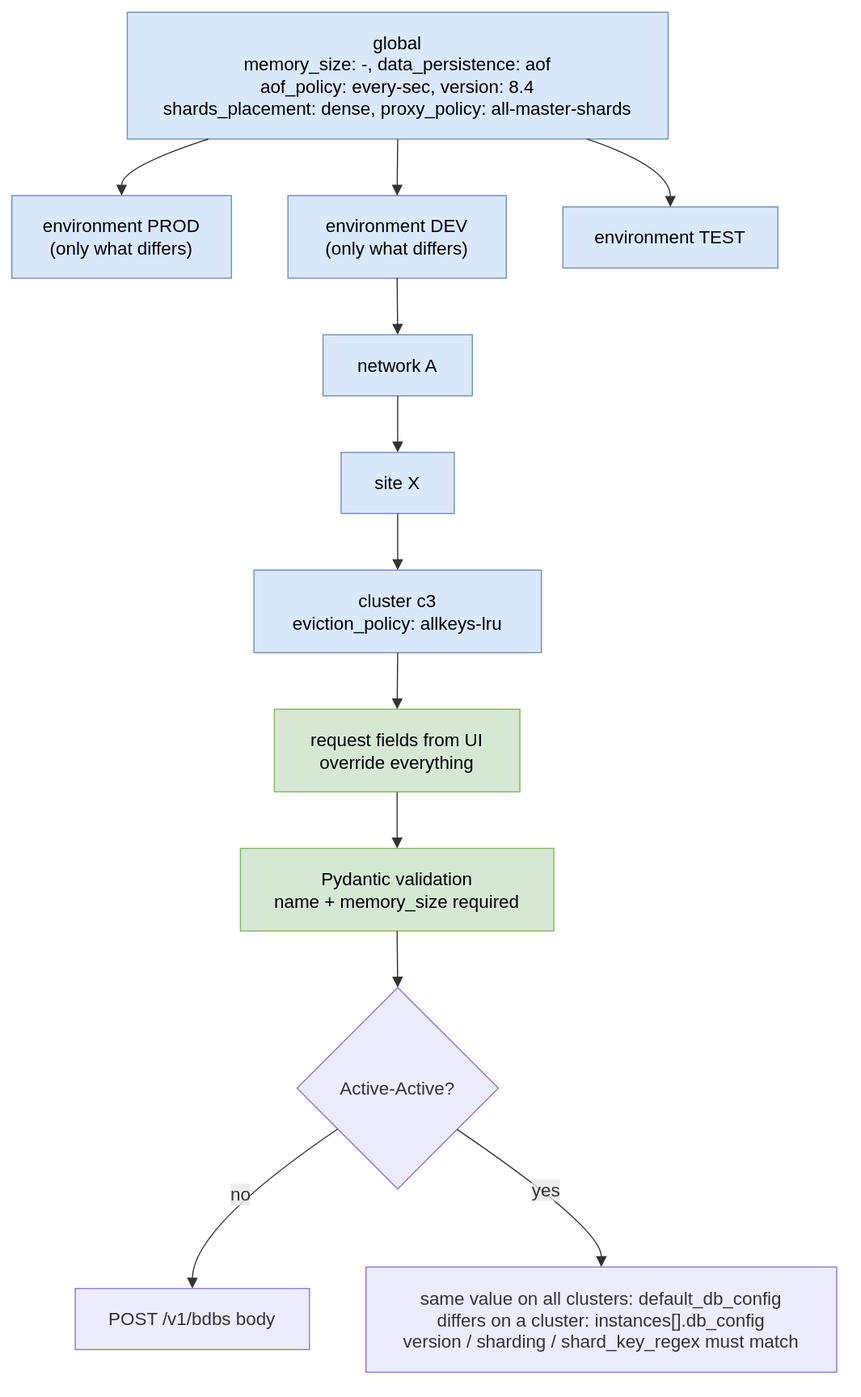
Earlier version of the draw.io export docs/dr/diagrams/13-defaults-tree.drawio.svg (EliShteinman/redis-enterprise-services). Source tidied: cells renumbered, new cells last; positions are measured from the earlier drawing's top-left corner, leaving out a move shared by most shapes. Source of this version:
```xml
<mxGraphModel>
  <root>
    <mxCell id="0" />
    <mxCell id="1" parent="0" />
    <mxCell id="2" value="global&#10;memory_size: -, data_persistence: aof&#10;aof_policy: every-sec, version: 8.4&#10;shards_placement: dense, proxy_policy: all-master-shards" style="html=1;whiteSpace=wrap;strokeWidth=1;fillColor=#dae8fc;strokeColor=#6c8ebf;fontColor=default;fontFamily=Trebuchet MS,Verdana,Arial,sans-serif;fontSize=16;" parent="1" vertex="1">
      <mxGeometry x="102" width="478" height="112" as="geometry" />
    </mxCell>
    <mxCell id="3" value="environment PROD&#10;(only what differs)" style="html=1;whiteSpace=wrap;strokeWidth=1;fillColor=#dae8fc;strokeColor=#6c8ebf;fontColor=default;fontFamily=Trebuchet MS,Verdana,Arial,sans-serif;fontSize=16;" parent="1" vertex="1">
      <mxGeometry y="162" width="194" height="73" as="geometry" />
    </mxCell>
    <mxCell id="4" value="environment DEV&#10;(only what differs)" style="html=1;whiteSpace=wrap;strokeWidth=1;fillColor=#dae8fc;strokeColor=#6c8ebf;fontColor=default;fontFamily=Trebuchet MS,Verdana,Arial,sans-serif;fontSize=16;" parent="1" vertex="1">
      <mxGeometry x="244" y="162" width="193" height="73" as="geometry" />
    </mxCell>
    <mxCell id="5" value="environment TEST" style="html=1;whiteSpace=wrap;strokeWidth=1;fillColor=#dae8fc;strokeColor=#6c8ebf;fontColor=default;fontFamily=Trebuchet MS,Verdana,Arial,sans-serif;fontSize=16;" parent="1" vertex="1">
      <mxGeometry x="487" y="172" width="190" height="54" as="geometry" />
    </mxCell>
    <mxCell id="6" value="network A" style="html=1;whiteSpace=wrap;strokeWidth=1;fillColor=#dae8fc;strokeColor=#6c8ebf;fontColor=default;fontFamily=Trebuchet MS,Verdana,Arial,sans-serif;fontSize=16;" parent="1" vertex="1">
      <mxGeometry x="275" y="285" width="132" height="54" as="geometry" />
    </mxCell>
    <mxCell id="7" value="site X" style="html=1;whiteSpace=wrap;strokeWidth=1;fillColor=#dae8fc;strokeColor=#6c8ebf;fontColor=default;fontFamily=Trebuchet MS,Verdana,Arial,sans-serif;fontSize=16;" parent="1" vertex="1">
      <mxGeometry x="291" y="389" width="100" height="54" as="geometry" />
    </mxCell>
    <mxCell id="8" value="cluster c3&#10;eviction_policy: allkeys-lru" style="html=1;whiteSpace=wrap;strokeWidth=1;fillColor=#dae8fc;strokeColor=#6c8ebf;fontColor=default;fontFamily=Trebuchet MS,Verdana,Arial,sans-serif;fontSize=16;" parent="1" vertex="1">
      <mxGeometry x="214" y="493" width="254" height="73" as="geometry" />
    </mxCell>
    <mxCell id="9" value="request fields from UI&#10;override everything" style="html=1;whiteSpace=wrap;strokeWidth=1;fillColor=#d5e8d4;strokeColor=#82b366;fontColor=default;fontFamily=Trebuchet MS,Verdana,Arial,sans-serif;fontSize=16;" parent="1" vertex="1">
      <mxGeometry x="232" y="616" width="217" height="73" as="geometry" />
    </mxCell>
    <mxCell id="10" value="Pydantic validation&#10;name + memory_size required" style="html=1;whiteSpace=wrap;strokeWidth=1;fillColor=#d5e8d4;strokeColor=#82b366;fontColor=default;fontFamily=Trebuchet MS,Verdana,Arial,sans-serif;fontSize=16;" parent="1" vertex="1">
      <mxGeometry x="202" y="739" width="277" height="73" as="geometry" />
    </mxCell>
    <mxCell id="11" value="Active-Active?" style="rhombus;html=1;strokeWidth=1;whiteSpace=wrap;fillColor=light-dark(#ECECFF,#1f2020);strokeColor=light-dark(#9370DB,#cccccc);fontColor=light-dark(#333333,#cccccc);fontFamily=Trebuchet MS,Verdana,Arial,sans-serif;fontSize=16;" parent="1" vertex="1">
      <mxGeometry x="252" y="862" width="178" height="178" as="geometry" />
    </mxCell>
    <mxCell id="12" value="POST /v1/bdbs body" style="html=1;whiteSpace=wrap;strokeWidth=1;fillColor=light-dark(#ECECFF,#1f2020);strokeColor=light-dark(#9370DB,#cccccc);fontColor=light-dark(#333333,#cccccc);fontFamily=Trebuchet MS,Verdana,Arial,sans-serif;fontSize=16;" parent="1" vertex="1">
      <mxGeometry x="56" y="1128" width="207" height="54" as="geometry" />
    </mxCell>
    <mxCell id="13" value="same value on all clusters: default_db_config&#10;differs on a cluster: instances[].db_config&#10;version / sharding / shard_key_regex must match" style="html=1;whiteSpace=wrap;strokeWidth=1;fillColor=light-dark(#ECECFF,#1f2020);strokeColor=light-dark(#9370DB,#cccccc);fontColor=light-dark(#333333,#cccccc);fontFamily=Trebuchet MS,Verdana,Arial,sans-serif;fontSize=16;" parent="1" vertex="1">
      <mxGeometry x="313" y="1109" width="416" height="93" as="geometry" />
    </mxCell>
    <mxCell id="14" style="curved=1;startArrow=none;endArrow=block;endSize=7;strokeColor=light-dark(#333333,#cccccc);exitX=0.15;exitY=1;entryX=0.5;entryY=0;" parent="1" edge="1" source="2" target="3">
      <mxGeometry relative="1" as="geometry">
        <Array as="points">
          <mxPoint x="97" y="137" />
        </Array>
      </mxGeometry>
    </mxCell>
    <mxCell id="15" style="curved=1;startArrow=none;endArrow=block;endSize=7;strokeColor=light-dark(#333333,#cccccc);exitX=0.5;exitY=1;entryX=0.5;entryY=0;" parent="1" edge="1" source="2" target="4">
      <mxGeometry relative="1" as="geometry" />
    </mxCell>
    <mxCell id="16" style="curved=1;startArrow=none;endArrow=block;endSize=7;strokeColor=light-dark(#333333,#cccccc);exitX=0.85;exitY=1;entryX=0.5;entryY=0;" parent="1" edge="1" source="2" target="5">
      <mxGeometry relative="1" as="geometry">
        <Array as="points">
          <mxPoint x="582" y="137" />
        </Array>
      </mxGeometry>
    </mxCell>
    <mxCell id="17" style="curved=1;startArrow=none;endArrow=block;endSize=7;strokeColor=light-dark(#333333,#cccccc);exitX=0.5;exitY=1;entryX=0.5;entryY=0;" parent="1" edge="1" source="4" target="6">
      <mxGeometry relative="1" as="geometry" />
    </mxCell>
    <mxCell id="18" style="curved=1;startArrow=none;endArrow=block;endSize=7;strokeColor=light-dark(#333333,#cccccc);exitX=0.5;exitY=1;entryX=0.5;entryY=0;" parent="1" edge="1" source="6" target="7">
      <mxGeometry relative="1" as="geometry" />
    </mxCell>
    <mxCell id="19" style="curved=1;startArrow=none;endArrow=block;endSize=7;strokeColor=light-dark(#333333,#cccccc);exitX=0.5;exitY=1;entryX=0.5;entryY=0;" parent="1" edge="1" source="7" target="8">
      <mxGeometry relative="1" as="geometry" />
    </mxCell>
    <mxCell id="20" style="curved=1;startArrow=none;endArrow=block;endSize=7;strokeColor=light-dark(#333333,#cccccc);exitX=0.5;exitY=1;entryX=0.5;entryY=0;" parent="1" edge="1" source="8" target="9">
      <mxGeometry relative="1" as="geometry" />
    </mxCell>
    <mxCell id="21" style="curved=1;startArrow=none;endArrow=block;endSize=7;strokeColor=light-dark(#333333,#cccccc);exitX=0.5;exitY=1;entryX=0.5;entryY=0;" parent="1" edge="1" source="9" target="10">
      <mxGeometry relative="1" as="geometry" />
    </mxCell>
    <mxCell id="22" style="curved=1;startArrow=none;endArrow=block;endSize=7;strokeColor=light-dark(#333333,#cccccc);exitX=0.5;exitY=1;entryX=0.5;entryY=0;" parent="1" edge="1" source="10" target="11">
      <mxGeometry relative="1" as="geometry" />
    </mxCell>
    <mxCell id="23" value="no" style="curved=1;startArrow=none;endArrow=block;endSize=7;strokeColor=light-dark(#333333,#cccccc);html=1;fontSize=16;labelBackgroundColor=light-dark(#E8E8E88D,#2a2a2a8D);fontFamily=Trebuchet MS,Verdana,Arial,sans-serif;fontColor=light-dark(#333333,#cccccc);exitX=0;exitY=0.84;entryX=0.5;entryY=0;" parent="1" edge="1" source="11" target="12">
      <mxGeometry relative="1" as="geometry">
        <Array as="points">
          <mxPoint x="160" y="1074" />
        </Array>
      </mxGeometry>
    </mxCell>
    <mxCell id="24" value="yes" style="curved=1;startArrow=none;endArrow=block;endSize=7;strokeColor=light-dark(#333333,#cccccc);html=1;fontSize=16;labelBackgroundColor=light-dark(#E8E8E88D,#2a2a2a8D);fontFamily=Trebuchet MS,Verdana,Arial,sans-serif;fontColor=light-dark(#333333,#cccccc);exitX=0.99;exitY=0.84;entryX=0.5;entryY=0;" parent="1" edge="1" source="11" target="13">
      <mxGeometry relative="1" as="geometry">
        <Array as="points">
          <mxPoint x="521" y="1074" />
        </Array>
      </mxGeometry>
    </mxCell>
  </root>
</mxGraphModel>
```
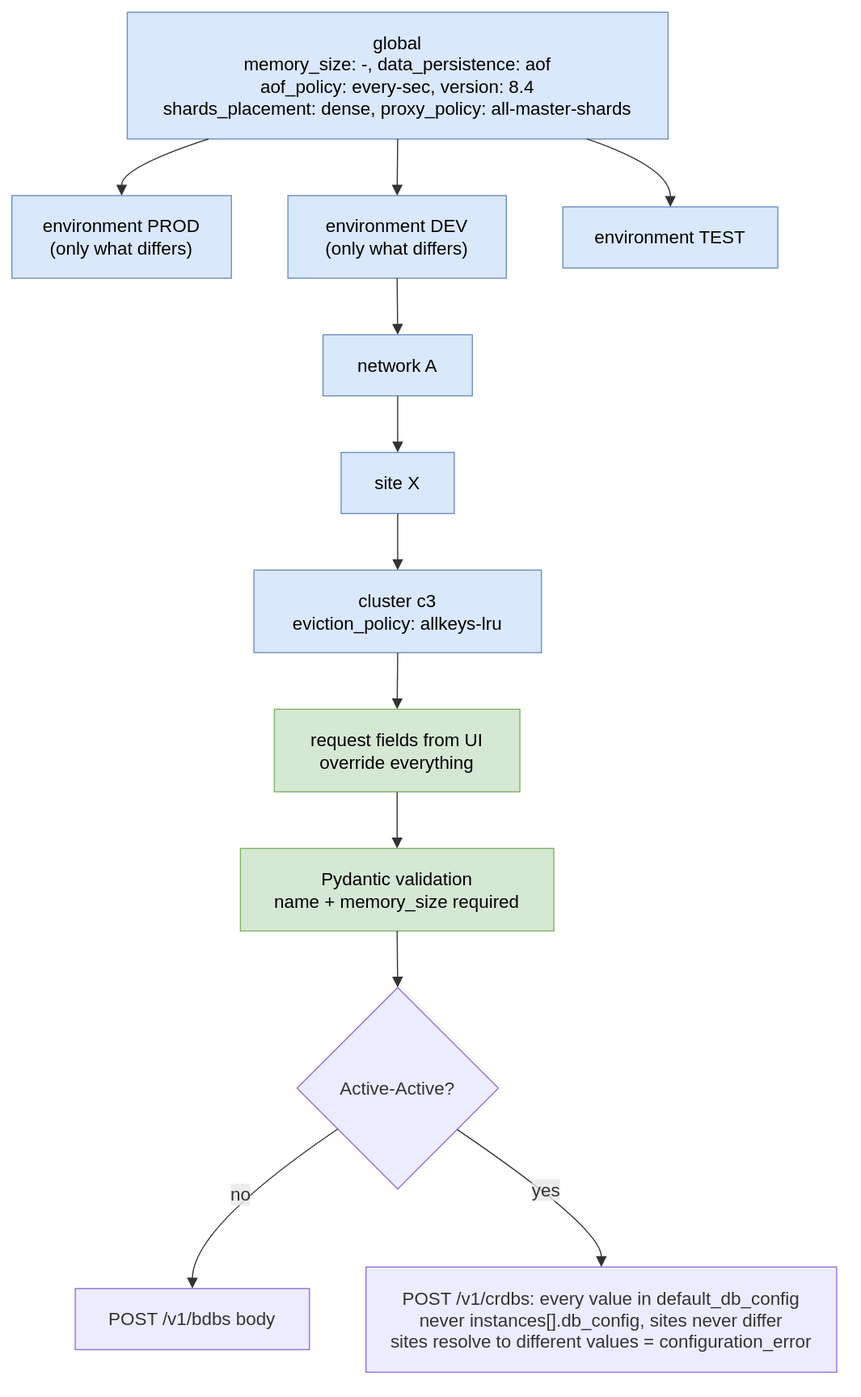
Later version of the same file.

Commit message:
docs(dr): defaults diagram sends AA values only in default_db_config, repeated trace waits for the running saga

What changed in the source:
```diff
@@ -35,7 +35,7 @@
     <mxCell id="12" value="POST /v1/bdbs body" style="html=1;whiteSpace=wrap;strokeWidth=1;fillColor=light-dark(#ECECFF,#1f2020);strokeColor=light-dark(#9370DB,#cccccc);fontColor=light-dark(#333333,#cccccc);fontFamily=Trebuchet MS,Verdana,Arial,sans-serif;fontSize=16;" parent="1" vertex="1">
       <mxGeometry x="56" y="1128" width="207" height="54" as="geometry" />
     </mxCell>
-    <mxCell id="13" value="same value on all clusters: default_db_config&#10;differs on a cluster: instances[].db_config&#10;version / sharding / shard_key_regex must match" style="html=1;whiteSpace=wrap;strokeWidth=1;fillColor=light-dark(#ECECFF,#1f2020);strokeColor=light-dark(#9370DB,#cccccc);fontColor=light-dark(#333333,#cccccc);fontFamily=Trebuchet MS,Verdana,Arial,sans-serif;fontSize=16;" parent="1" vertex="1">
+    <mxCell id="13" value="POST /v1/crdbs: every value in default_db_config&#10;never instances[].db_config, sites never differ&#10;sites resolve to different values = configuration_error" style="html=1;whiteSpace=wrap;strokeWidth=1;fillColor=light-dark(#ECECFF,#1f2020);strokeColor=light-dark(#9370DB,#cccccc);fontColor=light-dark(#333333,#cccccc);fontFamily=Trebuchet MS,Verdana,Arial,sans-serif;fontSize=16;" parent="1" vertex="1">
       <mxGeometry x="313" y="1109" width="416" height="93" as="geometry" />
     </mxCell>
     <mxCell id="14" style="curved=1;startArrow=none;endArrow=block;endSize=7;strokeColor=light-dark(#333333,#cccccc);exitX=0.15;exitY=1;entryX=0.5;entryY=0;" parent="1" edge="1" source="2" target="3">
```
